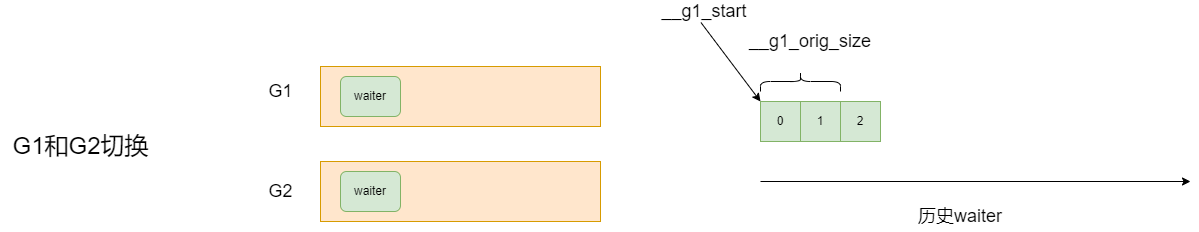
Earlier version of the draw.io export blog/Linux/application-dev/cond-var/demo3.png (zgjsxx/static-img-repo). Source tidied: cells renumbered, new cells last; positions are measured from the earlier drawing's top-left corner, leaving out a move shared by most shapes.
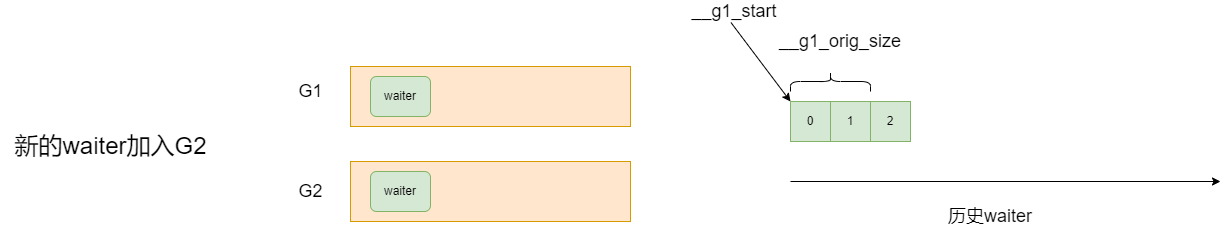
Later version of the same file.

Change to the diagram source:
```diff
@@ -17,8 +17,8 @@
     <mxCell id="6" value="&lt;font style=&quot;font-size: 18px&quot;&gt;G2&lt;/font&gt;" style="text;html=1;align=center;verticalAlign=middle;fillColor=none;strokeColor=none;rounded=0;shadow=0;" parent="1" vertex="1">
       <mxGeometry x="260" y="180" width="40" height="20" as="geometry" />
     </mxCell>
-    <mxCell id="7" value="&lt;font style=&quot;font-size: 24px&quot;&gt;G1和G2切换&lt;/font&gt;" style="text;html=1;align=center;verticalAlign=middle;fillColor=none;strokeColor=none;rounded=0;shadow=0;fontSize=18;" parent="1" vertex="1">
-      <mxGeometry y="125" width="160" height="40" as="geometry" />
+    <mxCell id="7" value="&lt;font style=&quot;font-size: 24px&quot;&gt;新的waiter加入G2&lt;/font&gt;" style="text;html=1;align=center;verticalAlign=middle;fillColor=none;strokeColor=none;rounded=0;shadow=0;fontSize=18;" parent="1" vertex="1">
+      <mxGeometry x="-30" y="125" width="220" height="40" as="geometry" />
     </mxCell>
     <mxCell id="8" value="0" style="rounded=0;whiteSpace=wrap;html=1;fillColor=#d5e8d4;strokeColor=#82b366;" parent="1" vertex="1">
       <mxGeometry x="760" y="100" width="40" height="40" as="geometry" />
```
